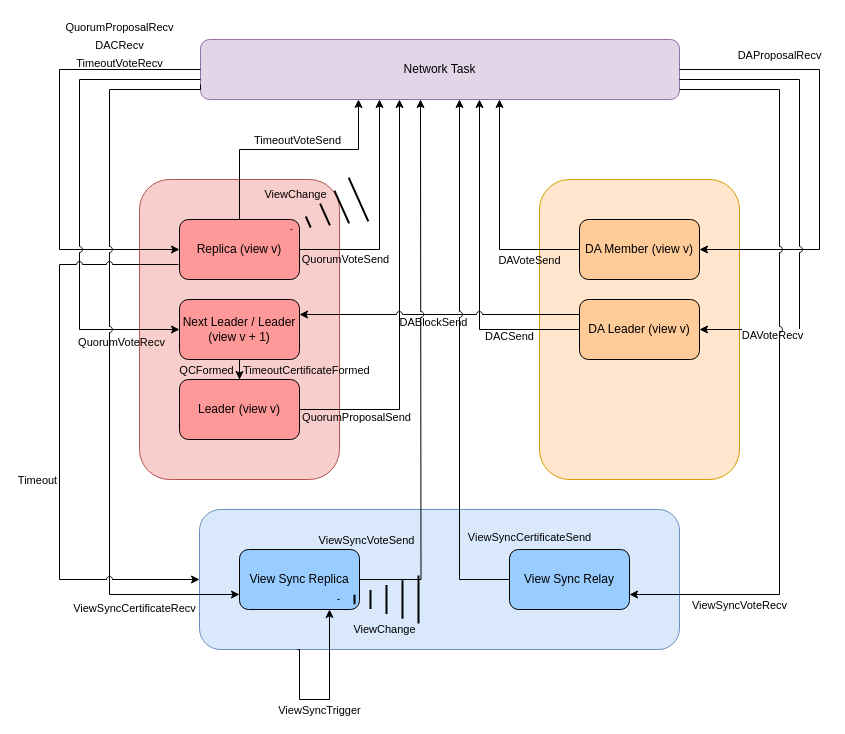
EspressoSystems/HotShot keeps this draw.io diagram as crates/task-impls/HotShot_event_architecture.drawio. Above is the earlier version. Source tidied: cells renumbered, new cells numbered last; positions are measured from the earlier drawing's top-left corner, leaving out a move shared by most shapes. Both pictures are drawn from the tidied source at 100%, with x=0, y=0 at pixel (59, 39).
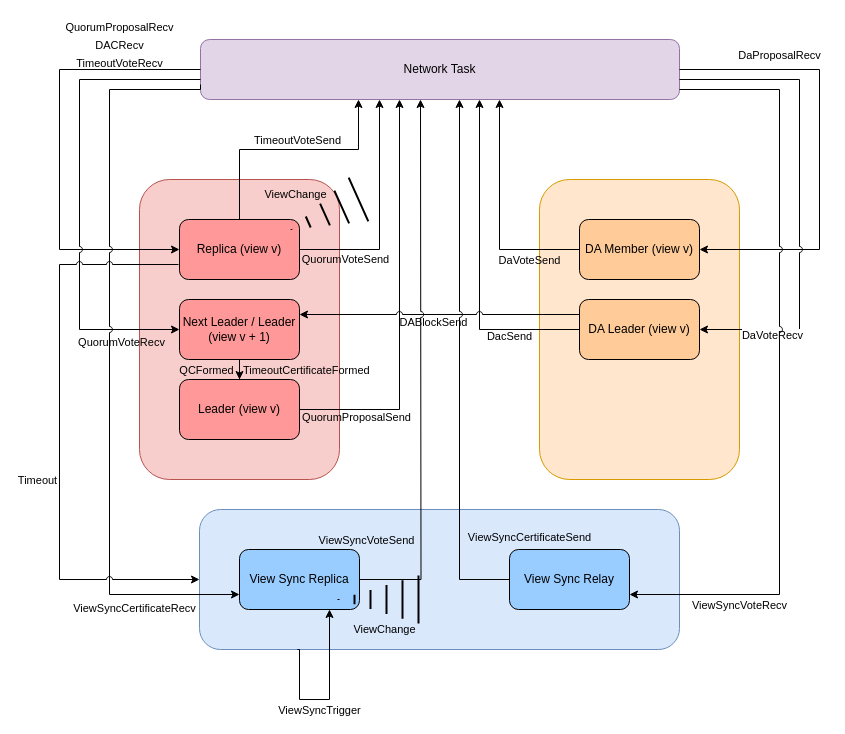
Above is the later version.

Unchanged cells that the change refers to:
```xml
<mxCell id="25" style="edgeStyle=orthogonalEdgeStyle;rounded=0;jettySize=auto;html=1;entryX=1;entryY=0.5;entryDx=0;entryDy=0;jumpStyle=arc;" parent="24" edge="1" source="5" target="12">
  <mxGeometry relative="1" as="geometry">
    <Array as="points">
      <mxPoint x="760" y="30" />
      <mxPoint x="760" y="210" />
    </Array>
  </mxGeometry>
</mxCell>
<mxCell id="27" style="edgeStyle=orthogonalEdgeStyle;rounded=0;jettySize=auto;html=1;entryX=1;entryY=0.5;entryDx=0;entryDy=0;jumpStyle=arc;" parent="24" edge="1" source="5" target="11">
  <mxGeometry relative="1" as="geometry">
    <Array as="points">
      <mxPoint x="740" y="40" />
      <mxPoint x="740" y="290" />
    </Array>
  </mxGeometry>
</mxCell>
<mxCell id="29" style="edgeStyle=orthogonalEdgeStyle;rounded=0;jettySize=auto;html=1;jumpStyle=arc;" parent="24" edge="1" source="11" target="5">
  <mxGeometry relative="1" as="geometry">
    <Array as="points">
      <mxPoint x="420" y="290" />
    </Array>
  </mxGeometry>
</mxCell>
<mxCell id="33" style="edgeStyle=orthogonalEdgeStyle;rounded=0;jettySize=auto;html=1;jumpStyle=arc;" parent="24" edge="1" source="12">
  <mxGeometry relative="1" as="geometry">
    <mxPoint x="440" y="60" as="targetPoint" />
    <Array as="points">
      <mxPoint x="440" y="210" />
    </Array>
  </mxGeometry>
</mxCell>
```

Diff of the diagram source:
```diff
@@
-    <mxCell id="26" value="DAProposalRecv" style="edgeLabel;html=1;align=center;verticalAlign=middle;" parent="25" vertex="1">
+    <mxCell id="26" value="DaProposalRecv" style="edgeLabel;html=1;align=center;verticalAlign=middle;" parent="25" vertex="1">
       <mxGeometry x="-0.22" relative="1" as="geometry">
         <mxPoint x="-41" y="-47" as="offset" />
       </mxGeometry>
     </mxCell>
@@
-    <mxCell id="28" value="DAVoteRecv" style="edgeLabel;html=1;align=center;verticalAlign=middle;" parent="27" vertex="1">
+    <mxCell id="28" value="DaVoteRecv" style="edgeLabel;html=1;align=center;verticalAlign=middle;" parent="27" vertex="1">
       <mxGeometry x="0.37" y="-1" relative="1" as="geometry">
         <mxPoint x="-27" y="53" as="offset" />
       </mxGeometry>
     </mxCell>
@@
-    <mxCell id="30" value="DACSend" style="edgeLabel;html=1;align=center;verticalAlign=middle;" parent="29" vertex="1">
+    <mxCell id="30" value="DacSend" style="edgeLabel;html=1;align=center;verticalAlign=middle;" parent="29" vertex="1">
       <mxGeometry x="-0.28" y="2" relative="1" as="geometry">
         <mxPoint x="31" y="25" as="offset" />
       </mxGeometry>
     </mxCell>
@@
-    <mxCell id="34" value="DAVoteSend" style="edgeLabel;html=1;align=center;verticalAlign=middle;labelBackgroundColor=none;" parent="33" vertex="1">
+    <mxCell id="34" value="DaVoteSend" style="edgeLabel;html=1;align=center;verticalAlign=middle;labelBackgroundColor=none;" parent="33" vertex="1">
       <mxGeometry x="0.56" y="-1" relative="1" as="geometry">
         <mxPoint x="28" y="109" as="offset" />
       </mxGeometry>
     </mxCell>
```
